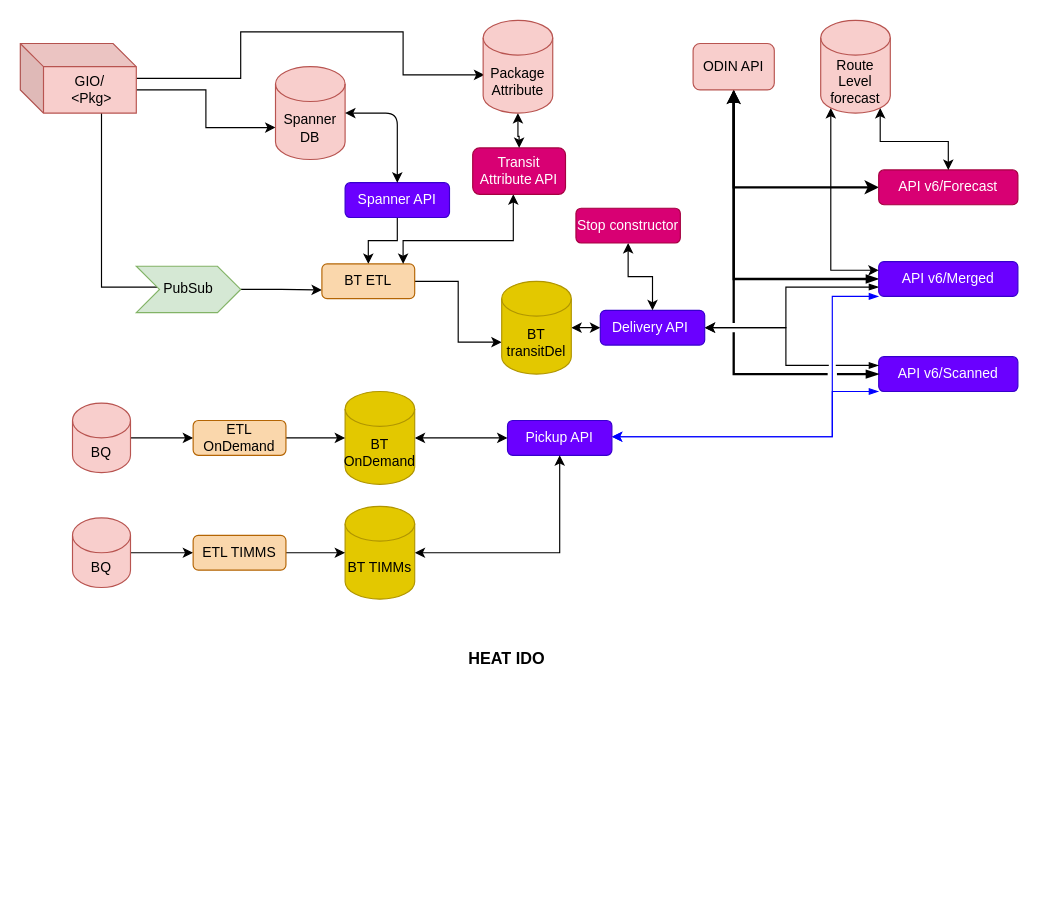
Above: Untitled Diagram.drawio in sachinborse/flow-diagrams (draw.io), before the change. Source tidied: cells renumbered, new cells numbered last; positions are measured from the earlier drawing's top-left corner, leaving out a move shared by most shapes. Both pictures are drawn from the tidied source at 116%, with x=0, y=0 at pixel (20, 20).
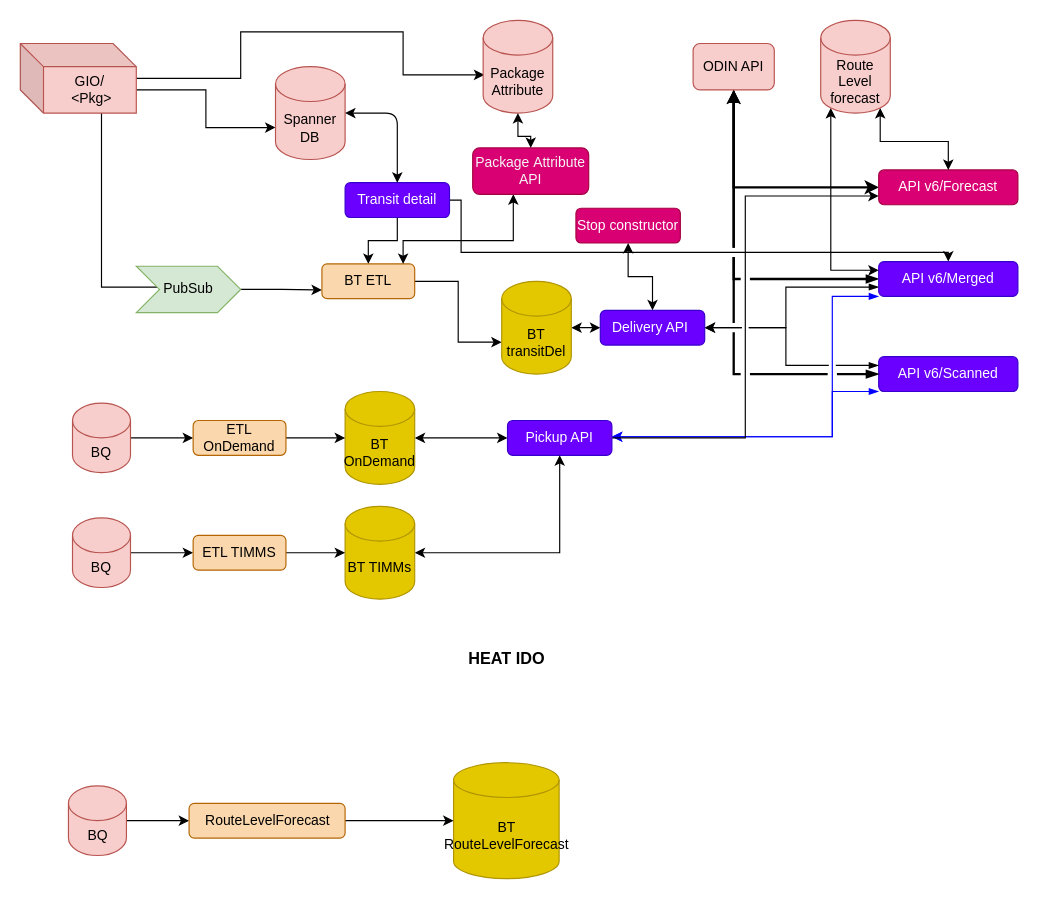
Above is the later version.

The change refers to these unchanged cells:
```xml
<mxCell id="22" value="Pickup API" style="rounded=1;whiteSpace=wrap;html=1;fillColor=#6a00ff;strokeColor=#3700CC;fontColor=#ffffff;" parent="1" vertex="1">
  <mxGeometry x="420" y="345" width="90" height="30" as="geometry" />
</mxCell>
<mxCell id="43" value="API v6/Merged" style="rounded=1;whiteSpace=wrap;html=1;fillColor=#6a00ff;strokeColor=#3700CC;fontColor=#ffffff;" parent="1" vertex="1">
  <mxGeometry x="740" y="208" width="120" height="30" as="geometry" />
</mxCell>
<mxCell id="44" value="API v6/Forecast" style="rounded=1;whiteSpace=wrap;html=1;fillColor=#d80073;strokeColor=#A50040;fontColor=#ffffff;" parent="1" vertex="1">
  <mxGeometry x="740" y="129" width="120" height="30" as="geometry" />
</mxCell>
```

The edit, as a diff of the source:
```diff
@@
+    <mxCell id="51" style="edgeStyle=orthogonalEdgeStyle;rounded=0;jettySize=auto;html=1;entryX=0.5;entryY=0;entryDx=0;entryDy=0;" parent="1" edge="1" source="11" target="43">
+      <mxGeometry relative="1" as="geometry">
+        <Array as="points">
+          <mxPoint x="380" y="155" />
+          <mxPoint x="380" y="200" />
+          <mxPoint x="800" y="200" />
+        </Array>
+      </mxGeometry>
+    </mxCell>
-    <mxCell id="11" value="Spanner API" style="rounded=1;whiteSpace=wrap;html=1;fillColor=#6a00ff;strokeColor=#3700CC;fontColor=#ffffff;" parent="1" vertex="1">
+    <mxCell id="11" value="Transit detail" style="rounded=1;whiteSpace=wrap;html=1;fillColor=#6a00ff;strokeColor=#3700CC;fontColor=#ffffff;" parent="1" vertex="1">
       <mxGeometry x="280" y="140" width="90" height="30" as="geometry" />
     </mxCell>
@@
-    <mxCell id="18" value="Transit Attribute API" style="rounded=1;whiteSpace=wrap;html=1;fillColor=#d80073;strokeColor=#A50040;fontColor=#ffffff;" parent="1" vertex="1">
-      <mxGeometry x="390" y="110" width="80" height="40" as="geometry" />
+    <mxCell id="18" value="&lt;font color=&quot;#f5f5f5&quot;&gt;Package&amp;nbsp;Attribute API&lt;/font&gt;" style="rounded=1;whiteSpace=wrap;html=1;fillColor=#d80073;strokeColor=#A50040;fontColor=#ffffff;" parent="1" vertex="1">
+      <mxGeometry x="390" y="110" width="100" height="40" as="geometry" />
     </mxCell>
@@
+    <mxCell id="52" style="edgeStyle=orthogonalEdgeStyle;rounded=0;jettySize=auto;html=1;entryX=0;entryY=0.75;entryDx=0;entryDy=0;" parent="1" edge="1" source="22" target="44">
+      <mxGeometry relative="1" as="geometry" />
+    </mxCell>
@@
+    <mxCell id="53" value="BT RouteLevelForecast" style="shape=cylinder3;whiteSpace=wrap;html=1;boundedLbl=1;backgroundOutline=1;size=15;fillColor=#e3c800;strokeColor=#B09500;fontColor=#000000;" parent="1" vertex="1">
+      <mxGeometry x="373.5" y="640" width="91" height="100" as="geometry" />
+    </mxCell>
+    <mxCell id="54" style="edgeStyle=orthogonalEdgeStyle;rounded=0;jettySize=auto;html=1;entryX=0;entryY=0.5;entryDx=0;entryDy=0;" parent="1" edge="1" source="55" target="57">
+      <mxGeometry relative="1" as="geometry" />
+    </mxCell>
+    <mxCell id="55" value="BQ" style="shape=cylinder3;whiteSpace=wrap;html=1;boundedLbl=1;backgroundOutline=1;size=15;fillColor=#f8cecc;strokeColor=#b85450;" parent="1" vertex="1">
+      <mxGeometry x="41.5" y="660" width="50" height="60" as="geometry" />
+    </mxCell>
+    <mxCell id="56" style="edgeStyle=orthogonalEdgeStyle;rounded=0;jettySize=auto;html=1;entryX=0;entryY=0.5;entryDx=0;entryDy=0;entryPerimeter=0;" parent="1" edge="1" source="57" target="53">
+      <mxGeometry relative="1" as="geometry" />
+    </mxCell>
+    <mxCell id="57" value="RouteLevelForecast" style="rounded=1;whiteSpace=wrap;html=1;fillColor=#fad7ac;strokeColor=#b46504;" parent="1" vertex="1">
+      <mxGeometry x="145.5" y="675" width="134.5" height="30" as="geometry" />
+    </mxCell>
```
